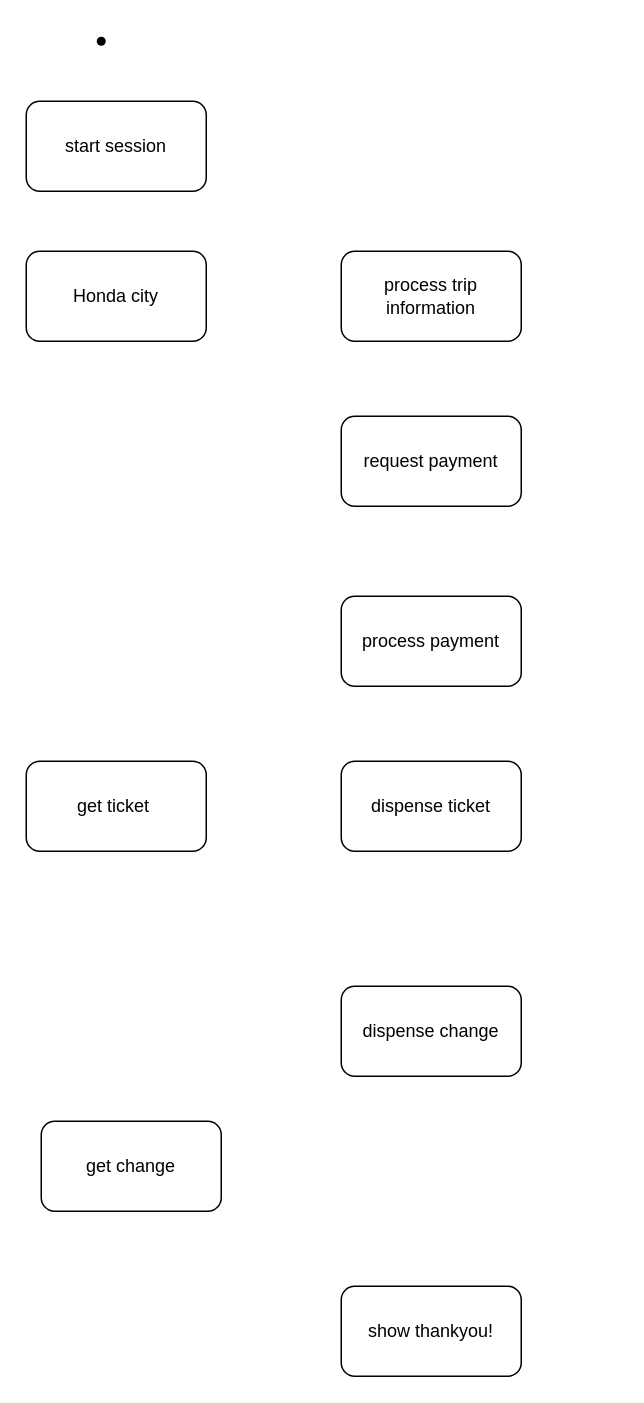
Earlier version of the draw.io diagram ASS2Q1.drawio (SUHANIISINGH/UseCaseDia). Source tidied: cells renumbered, new cells numbered last; positions are measured from the earlier drawing's top-left corner, leaving out a move shared by most shapes. Both pictures are drawn from the tidied source at 150%, with x=0, y=0 at pixel (26, 26).
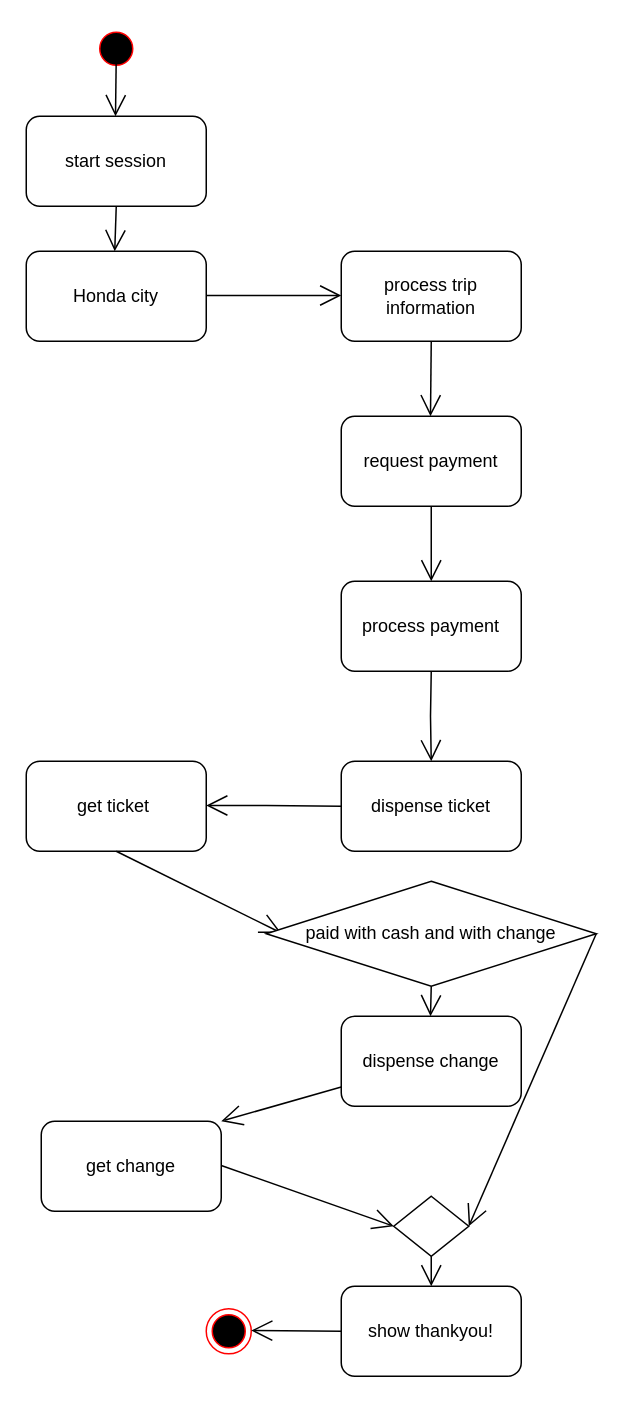
Above is the later version.

The change refers to these unchanged cells:
```xml
<mxCell id="4" value="dispense ticket" style="rounded=1;whiteSpace=wrap;html=1;" parent="1" vertex="1">
  <mxGeometry x="210" y="490" width="120" height="60" as="geometry" />
</mxCell>
<mxCell id="8" value="show thankyou!" style="rounded=1;whiteSpace=wrap;html=1;" parent="1" vertex="1">
  <mxGeometry x="210" y="840" width="120" height="60" as="geometry" />
</mxCell>
<mxCell id="9" value="get change" style="rounded=1;whiteSpace=wrap;html=1;" parent="1" vertex="1">
  <mxGeometry x="10" y="730" width="120" height="60" as="geometry" />
</mxCell>
<mxCell id="11" value="get ticket&amp;nbsp;" style="rounded=1;whiteSpace=wrap;html=1;" parent="1" vertex="1">
  <mxGeometry y="490" width="120" height="60" as="geometry" />
</mxCell>
```

Diff of the diagram source:
```diff
@@
     <mxCell id="2" value="start session" style="rounded=1;whiteSpace=wrap;html=1;" parent="1" vertex="1">
-      <mxGeometry y="50" width="120" height="60" as="geometry" />
+      <mxGeometry y="60" width="120" height="60" as="geometry" />
     </mxCell>
@@
     <mxCell id="5" value="process payment" style="rounded=1;whiteSpace=wrap;html=1;" parent="1" vertex="1">
-      <mxGeometry x="210" y="380" width="120" height="60" as="geometry" />
+      <mxGeometry x="210" y="370" width="120" height="60" as="geometry" />
     </mxCell>
@@
     <mxCell id="10" value="dispense change" style="rounded=1;whiteSpace=wrap;html=1;" parent="1" vertex="1">
-      <mxGeometry x="210" y="640" width="120" height="60" as="geometry" />
+      <mxGeometry x="210" y="660" width="120" height="60" as="geometry" />
     </mxCell>
@@
-    <mxCell id="12" style="shape=waypoint;sketch=0;fillStyle=solid;size=6;fillColor=none;perimeter=centerPerimeter;" parent="1" vertex="1">
-      <mxGeometry x="40" width="20" height="20" as="geometry" />
-    </mxCell>
+    <mxCell id="13" style="endArrow=open;endFill=1;endSize=12;html=1;rounded=0;exitX=0.5;exitY=1;exitDx=0;exitDy=0;" parent="1" edge="1" source="2">
+      <mxGeometry relative="1" as="geometry">
+        <mxPoint x="59" y="150" as="targetPoint" />
+      </mxGeometry>
+    </mxCell>
+    <mxCell id="14" style="endArrow=open;endFill=1;endSize=12;html=1;rounded=0;" parent="1" edge="1">
+      <mxGeometry relative="1" as="geometry">
+        <mxPoint x="120" y="179.5" as="sourcePoint" />
+        <mxPoint x="210" y="179.5" as="targetPoint" />
+      </mxGeometry>
+    </mxCell>
+    <mxCell id="15" style="endArrow=open;endFill=1;endSize=12;html=1;rounded=0;" parent="1" edge="1">
+      <mxGeometry relative="1" as="geometry">
+        <mxPoint x="270" y="210" as="sourcePoint" />
+        <mxPoint x="269.5" y="260" as="targetPoint" />
+      </mxGeometry>
+    </mxCell>
+    <mxCell id="16" style="endArrow=open;endFill=1;endSize=12;html=1;rounded=0;exitX=0.5;exitY=1;exitDx=0;exitDy=0;entryX=0.5;entryY=0;entryDx=0;entryDy=0;" parent="1" edge="1" source="5" target="4">
+      <mxGeometry relative="1" as="geometry">
+        <Array as="points">
+          <mxPoint x="269.5" y="460" />
+        </Array>
+      </mxGeometry>
+    </mxCell>
+    <mxCell id="17" style="endArrow=open;endFill=1;endSize=12;html=1;rounded=0;exitX=0.5;exitY=1;exitDx=0;exitDy=0;" parent="1" edge="1" source="11">
+      <mxGeometry relative="1" as="geometry">
+        <mxPoint x="170" y="604.5" as="targetPoint" />
+      </mxGeometry>
+    </mxCell>
+    <mxCell id="18" style="endArrow=open;endFill=1;endSize=12;html=1;rounded=0;" parent="1" edge="1">
+      <mxGeometry relative="1" as="geometry">
+        <mxPoint x="270" y="320" as="sourcePoint" />
+        <mxPoint x="269.5" y="370" as="targetPoint" />
+        <Array as="points">
+          <mxPoint x="270" y="370" />
+        </Array>
+      </mxGeometry>
+    </mxCell>
+    <mxCell id="19" style="endArrow=open;endFill=1;endSize=12;html=1;rounded=0;exitX=0;exitY=0.5;exitDx=0;exitDy=0;" parent="1" edge="1" source="4">
+      <mxGeometry relative="1" as="geometry">
+        <mxPoint x="120" y="519.5" as="targetPoint" />
+        <Array as="points">
+          <mxPoint x="160" y="519.5" />
+          <mxPoint x="130" y="519.5" />
+        </Array>
+      </mxGeometry>
+    </mxCell>
+    <mxCell id="20" style="ellipse;html=1;shape=startState;fillColor=#000000;strokeColor=#ff0000;" parent="1" vertex="1">
+      <mxGeometry x="45" width="30" height="30" as="geometry" />
+    </mxCell>
+    <mxCell id="21" value="paid with cash and with change" style="rhombus;whiteSpace=wrap;html=1;" parent="1" vertex="1">
+      <mxGeometry x="160" y="570" width="220" height="70" as="geometry" />
+    </mxCell>
+    <mxCell id="22" style="rhombus;whiteSpace=wrap;html=1;" parent="1" vertex="1">
+      <mxGeometry x="245" y="780" width="50" height="40" as="geometry" />
+    </mxCell>
+    <mxCell id="23" style="endArrow=open;endFill=1;endSize=12;html=1;rounded=0;entryX=0;entryY=0.5;entryDx=0;entryDy=0;" parent="1" edge="1" target="22">
+      <mxGeometry relative="1" as="geometry">
+        <mxPoint x="130" y="759.5" as="sourcePoint" />
+      </mxGeometry>
+    </mxCell>
+    <mxCell id="24" style="endArrow=open;endFill=1;endSize=12;html=1;rounded=0;entryX=0.5;entryY=0;entryDx=0;entryDy=0;exitX=0.5;exitY=1;exitDx=0;exitDy=0;" parent="1" edge="1" source="22" target="8">
+      <mxGeometry relative="1" as="geometry" />
+    </mxCell>
+    <mxCell id="25" style="endArrow=open;endFill=1;endSize=12;html=1;rounded=0;exitX=1;exitY=0.5;exitDx=0;exitDy=0;entryX=1;entryY=0.5;entryDx=0;entryDy=0;" parent="1" edge="1" source="21" target="22">
+      <mxGeometry relative="1" as="geometry" />
+    </mxCell>
+    <mxCell id="26" style="endArrow=open;endFill=1;endSize=12;html=1;rounded=0;entryX=1;entryY=0;entryDx=0;entryDy=0;" parent="1" edge="1" source="10" target="9">
+      <mxGeometry relative="1" as="geometry" />
+    </mxCell>
+    <mxCell id="27" style="endArrow=open;endFill=1;endSize=12;html=1;rounded=0;" parent="1" edge="1">
+      <mxGeometry relative="1" as="geometry">
+        <mxPoint x="270" y="640" as="sourcePoint" />
+        <mxPoint x="269.5" y="660" as="targetPoint" />
+      </mxGeometry>
+    </mxCell>
+    <mxCell id="28" style="ellipse;html=1;shape=endState;fillColor=#000000;strokeColor=#ff0000;" parent="1" vertex="1">
+      <mxGeometry x="120" y="855" width="30" height="30" as="geometry" />
+    </mxCell>
+    <mxCell id="29" style="endArrow=open;endFill=1;endSize=12;html=1;rounded=0;exitX=0;exitY=0.5;exitDx=0;exitDy=0;" parent="1" edge="1" source="8">
+      <mxGeometry relative="1" as="geometry">
+        <mxPoint x="150" y="869.5" as="targetPoint" />
+      </mxGeometry>
+    </mxCell>
+    <mxCell id="30" style="endArrow=open;endFill=1;endSize=12;html=1;rounded=0;" parent="1" edge="1">
+      <mxGeometry relative="1" as="geometry">
+        <mxPoint x="60" y="20" as="sourcePoint" />
+        <mxPoint x="59.5" y="60" as="targetPoint" />
+      </mxGeometry>
+    </mxCell>
```
